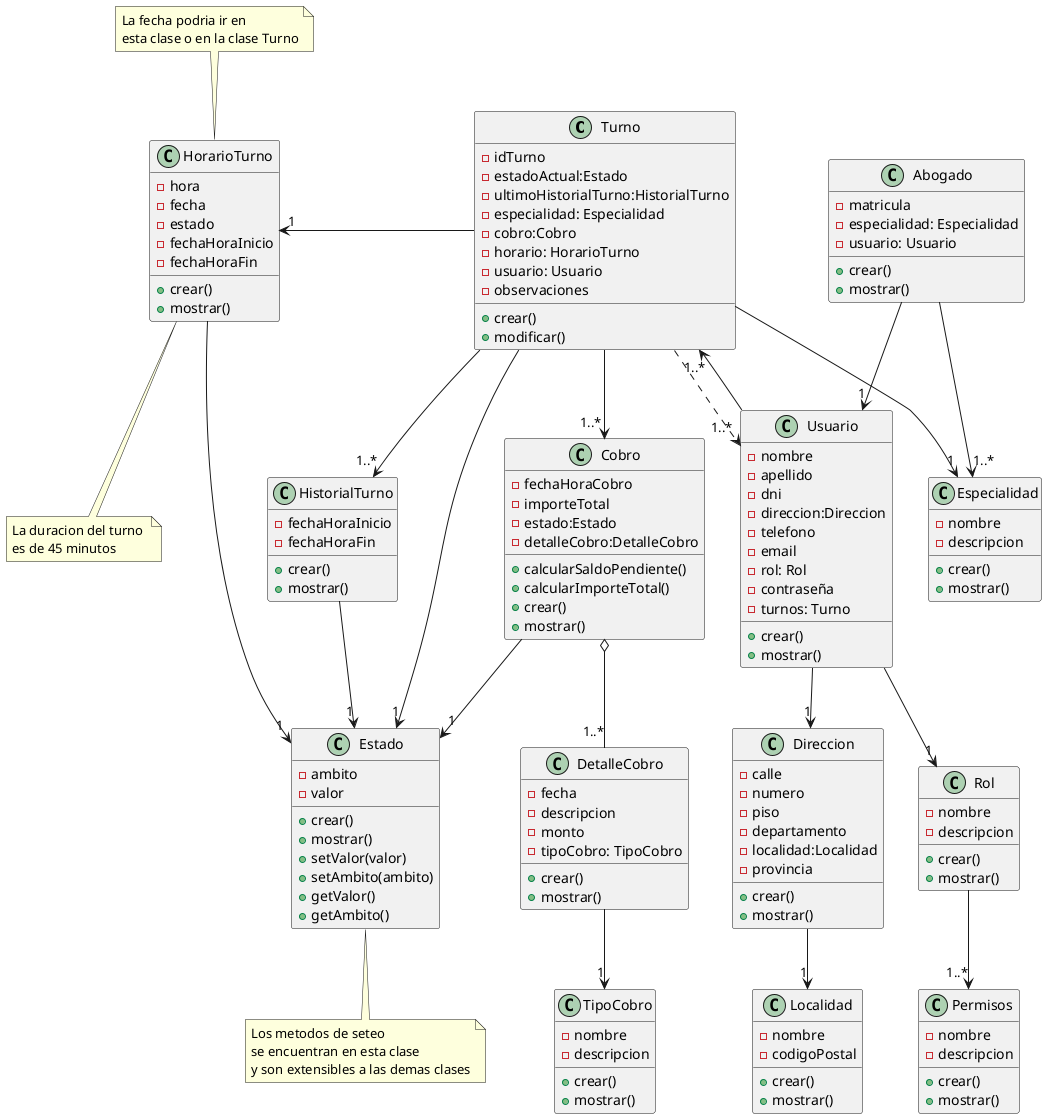
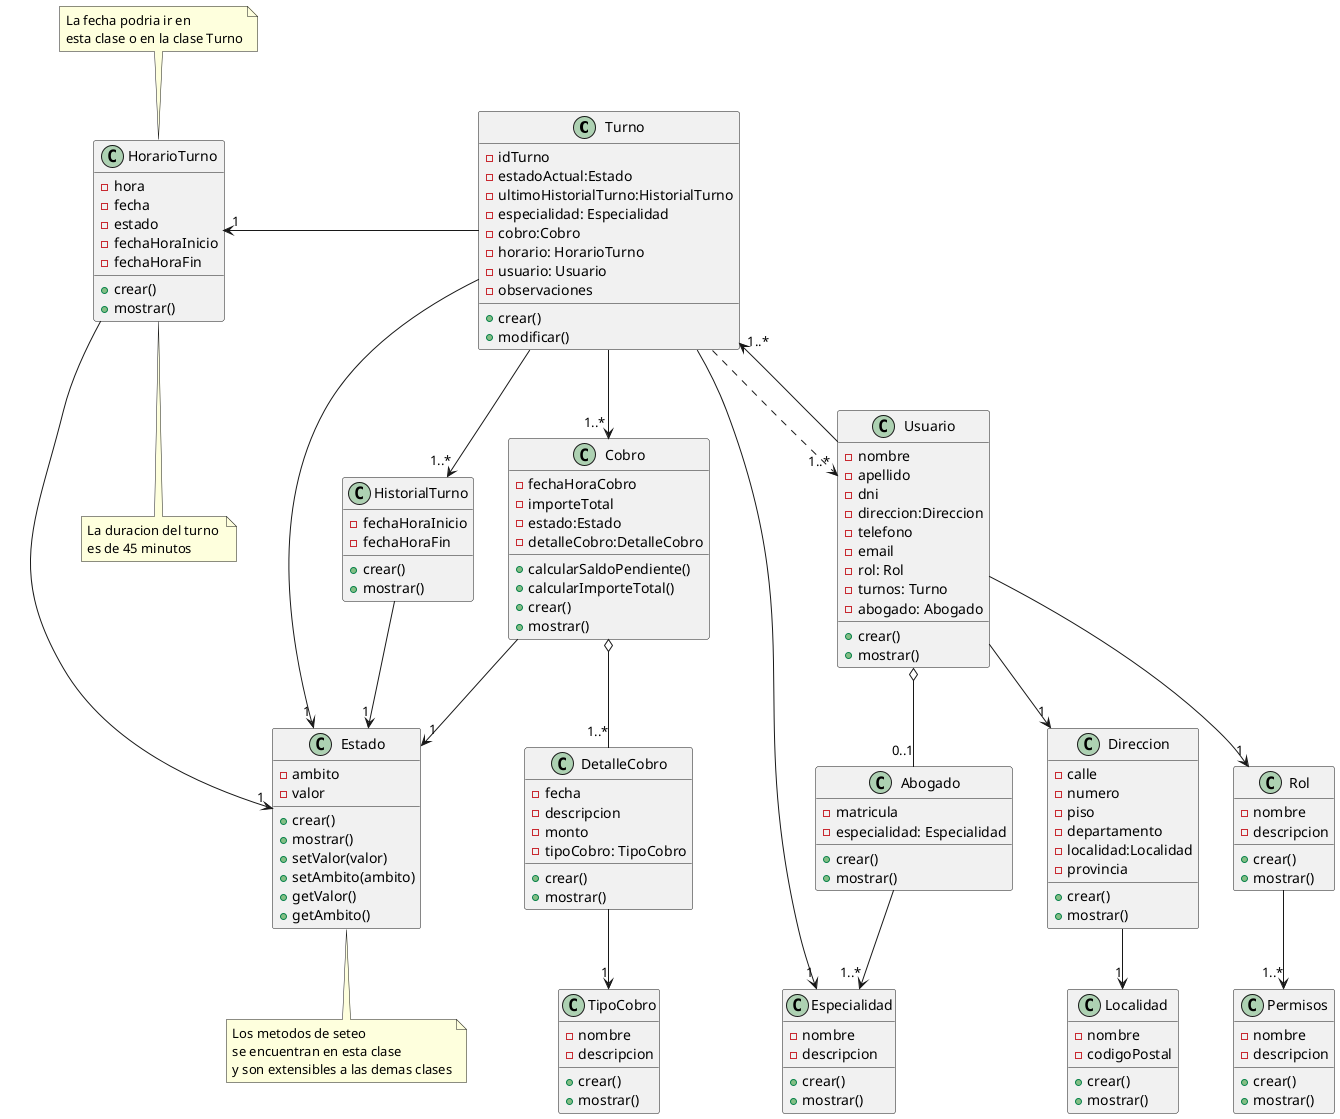
@startuml Diagrama de Clases
class Turno {
    - idTurno
    - estadoActual:Estado
    - ultimoHistorialTurno:HistorialTurno
    - especialidad: Especialidad
    - cobro:Cobro
    - horario: HorarioTurno
    - usuario: Usuario
    - observaciones
    + crear()
    + modificar()
}
Turno --> "1..* "Cobro
Turno -> "1" Estado
Turno -->"1..*" HistorialTurno
Turno --> "1" Especialidad
Turno -left-> "1"HorarioTurno
Turno ..> "1..*"Usuario

class Especialidad {
    - nombre
    - descripcion
    + crear()
    + mostrar()
}

class Usuario{
    - nombre
    - apellido
    - dni
    - direccion:Direccion
    - telefono
    - email
    - rol: Rol
-     - contraseña
    - turnos: Turno
+     - abogado: Abogado
    + crear()
    + mostrar()
}

Usuario -->"1" Direccion
Usuario -->"1" Rol
Usuario -->"1..*" Turno
+ Usuario o--"0..1" Abogado

class Rol{
    - nombre
    - descripcion
    + crear()
    + mostrar()
}

Rol--> "1..*" Permisos

class Permisos {
    - nombre
    - descripcion
    + crear()
    + mostrar()
}

class Abogado {
    - matricula
    - especialidad: Especialidad
-     - usuario: Usuario
    + crear()
    + mostrar()
}

Abogado -->"1..*" Especialidad
- Abogado -->"1"Usuario

class HistorialTurno{
    - fechaHoraInicio
    - fechaHoraFin
    + crear()
    + mostrar()
}

HistorialTurno -->"1" Estado

class Cobro {
    - fechaHoraCobro
    - importeTotal
    - estado:Estado
    - detalleCobro:DetalleCobro
    + calcularSaldoPendiente()
    + calcularImporteTotal()
    + crear()
    + mostrar()

}

Cobro o--"1..*" DetalleCobro
Cobro -->"1" Estado

class DetalleCobro {
    - fecha
    - descripcion
    - monto
    - tipoCobro: TipoCobro
    + crear()
    + mostrar()
}

DetalleCobro --> "1" TipoCobro

class TipoCobro {
    - nombre
    - descripcion
    + crear()
    + mostrar()
}

class Estado{
    - ambito
    - valor
    + crear()
    + mostrar()
    + setValor(valor)
    + setAmbito(ambito)
    + getValor()
    + getAmbito()
}

note bottom of Estado : Los metodos de seteo \nse encuentran en esta clase \ny son extensibles a las demas clases

class Direccion{
    - calle
    - numero
    - piso
    - departamento
    - localidad:Localidad
    - provincia
    + crear()
    + mostrar()
}

Direccion -->"1" Localidad

class Localidad{
    - nombre
    - codigoPostal
    + crear()
    + mostrar()
}

class HorarioTurno {
    - hora
    - fecha
    - estado
    - fechaHoraInicio
    - fechaHoraFin
    + crear()
    + mostrar()
}
note top of HorarioTurno : La fecha podria ir en \nesta clase o en la clase Turno
note bottom of HorarioTurno: La duracion del turno \nes de 45 minutos

HorarioTurno --> "1"Estado
@enduml